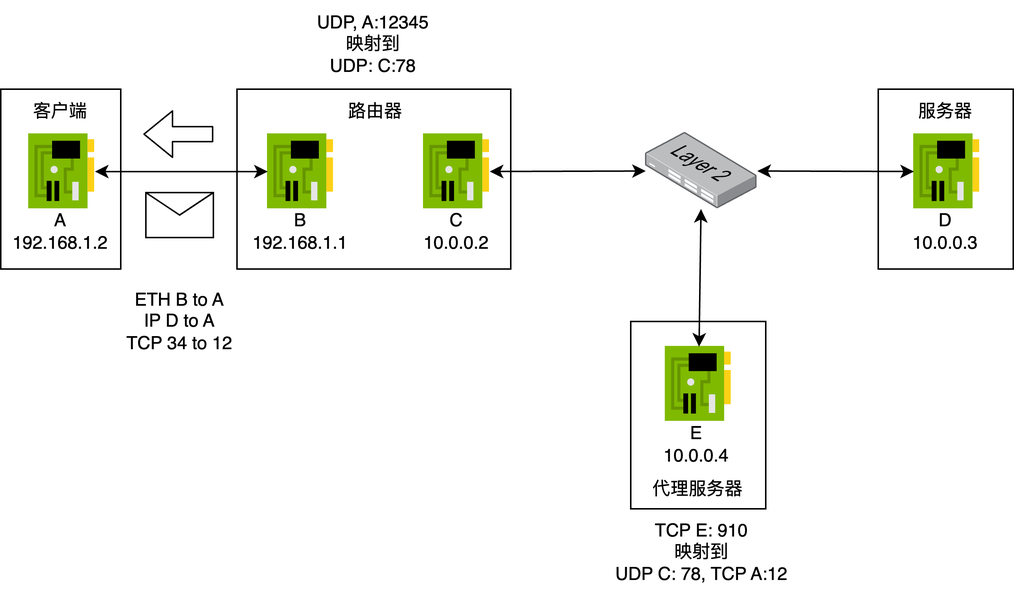
Above: example_step12.png in N2Sys-EDU/Lab3-Documentation (draw.io), before the change. Source tidied: cells renumbered, new cells last; positions are measured from the earlier drawing's top-left corner, leaving out a move shared by most shapes.
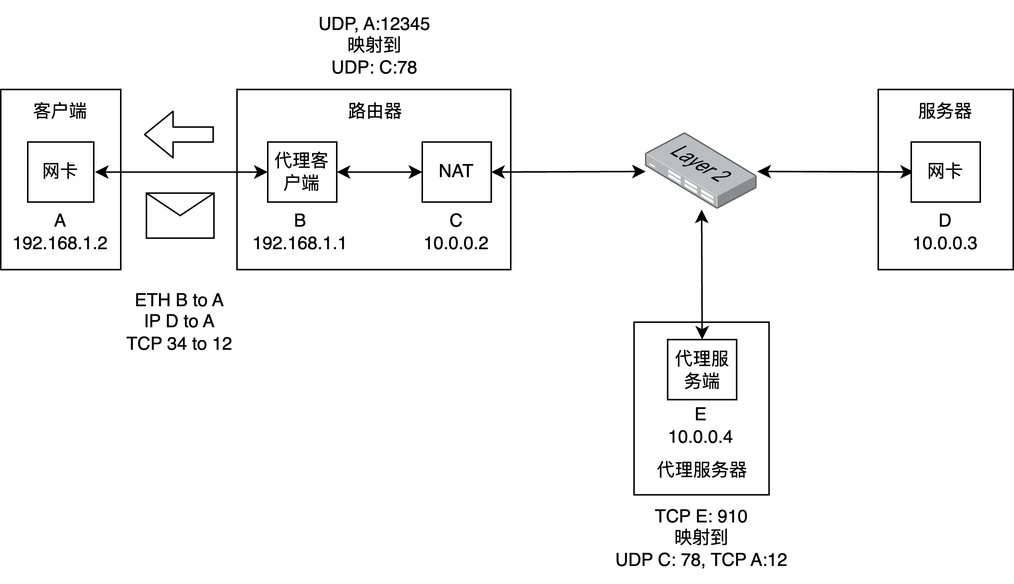
The same diagram one commit later.

What changed in the source:
```diff
@@ -3,44 +3,38 @@
     <mxCell id="0" />
     <mxCell id="1" parent="0" />
     <mxCell id="2" style="shape=message;html=1;html=1;labelPosition=center;verticalLabelPosition=bottom;align=center;verticalAlign=top;" parent="1" vertex="1">
-      <mxGeometry x="96.8" y="128" width="45" height="30" as="geometry" />
+      <mxGeometry x="97.1" y="128" width="45" height="30" as="geometry" />
     </mxCell>
     <mxCell id="3" style="shape=flexArrow;endArrow=classic;html=1;" parent="1" edge="1">
       <mxGeometry relative="1" as="geometry">
-        <mxPoint x="141.8" y="89" as="sourcePoint" />
-        <mxPoint x="95" y="89" as="targetPoint" />
+        <mxPoint x="142.1" y="89" as="sourcePoint" />
+        <mxPoint x="95.4" y="89" as="targetPoint" />
       </mxGeometry>
     </mxCell>
     <mxCell id="4" value="ETH B to A&lt;br&gt;IP D to A&lt;br&gt;TCP 34 to 12" style="text;html=1;strokeColor=none;fillColor=none;align=center;verticalAlign=middle;whiteSpace=wrap;rounded=0;" parent="1" vertex="1">
-      <mxGeometry x="73.6" y="189" width="91.2" height="50" as="geometry" />
+      <mxGeometry x="74" y="189" width="91.2" height="50" as="geometry" />
     </mxCell>
+    <mxCell id="6" value="TCP E: 910&lt;br&gt;映射到&lt;br&gt;UDP C: 78, TCP A:12" style="text;html=1;strokeColor=none;fillColor=none;align=center;verticalAlign=middle;whiteSpace=wrap;rounded=0;" parent="1" vertex="1">
+      <mxGeometry x="407" y="329" width="121.2" height="58.2" as="geometry" />
+    </mxCell>
     <mxCell id="5" value="UDP, A:12345&lt;br&gt;映射到&lt;br&gt;UDP: C:78" style="text;html=1;strokeColor=none;fillColor=none;align=center;verticalAlign=middle;whiteSpace=wrap;rounded=0;" parent="1" vertex="1">
-      <mxGeometry x="188.1" y="-0.1" width="121.2" height="59.1" as="geometry" />
+      <mxGeometry x="189.4" y="-0.1" width="121.2" height="59.1" as="geometry" />
     </mxCell>
-    <mxCell id="6" value="TCP E: 910&lt;br&gt;映射到&lt;br&gt;UDP C: 78, TCP A:12" style="text;html=1;strokeColor=none;fillColor=none;align=center;verticalAlign=middle;whiteSpace=wrap;rounded=0;" parent="1" vertex="1">
-      <mxGeometry x="406.6" y="339" width="121.2" height="58.2" as="geometry" />
-    </mxCell>
-    <mxCell id="7" style="rounded=0;whiteSpace=wrap;html=1;" parent="1" vertex="1">
-      <mxGeometry x="585" y="59" width="90" height="120" as="geometry" />
-    </mxCell>
-    <mxCell id="8" style="rounded=0;whiteSpace=wrap;html=1;" parent="1" vertex="1">
-      <mxGeometry x="420" y="214" width="90" height="125" as="geometry" />
-    </mxCell>
-    <mxCell id="9" style="rounded=0;whiteSpace=wrap;html=1;" parent="1" vertex="1">
-      <mxGeometry x="157.5" y="59" width="182.5" height="120" as="geometry" />
-    </mxCell>
-    <mxCell id="10" style="rounded=0;whiteSpace=wrap;html=1;" parent="1" vertex="1">
-      <mxGeometry y="59" width="80" height="120" as="geometry" />
-    </mxCell>
+    <mxCell id="30" style="rounded=0;whiteSpace=wrap;html=1;" parent="1" vertex="1">
+      <mxGeometry x="585" y="59" width="90" height="120" as="geometry" />
+    </mxCell>
+    <mxCell id="31" style="rounded=0;whiteSpace=wrap;html=1;" parent="1" vertex="1">
+      <mxGeometry x="422.2" y="214" width="90" height="115" as="geometry" />
+    </mxCell>
+    <mxCell id="32" style="rounded=0;whiteSpace=wrap;html=1;" parent="1" vertex="1">
+      <mxGeometry x="157.5" y="59" width="182.5" height="120" as="geometry" />
+    </mxCell>
+    <mxCell id="33" style="rounded=0;whiteSpace=wrap;html=1;" parent="1" vertex="1">
+      <mxGeometry y="59" width="80" height="120" as="geometry" />
+    </mxCell>
     <mxCell id="11" value="客户端" style="text;html=1;strokeColor=none;fillColor=none;align=center;verticalAlign=middle;whiteSpace=wrap;rounded=0;" parent="1" vertex="1">
       <mxGeometry y="59" width="80" height="30" as="geometry" />
     </mxCell>
-    <mxCell id="12" style="sketch=0;html=1;points=[];align=center;image;fontSize=12;image=img/lib/mscae/NetworkInterfaceCard.svg;" parent="1" vertex="1">
-      <mxGeometry x="178" y="89" width="44" height="50" as="geometry" />
-    </mxCell>
-    <mxCell id="13" style="sketch=0;html=1;points=[];align=center;image;fontSize=12;image=img/lib/mscae/NetworkInterfaceCard.svg;" parent="1" vertex="1">
-      <mxGeometry x="18.8" y="89" width="44" height="50" as="geometry" />
-    </mxCell>
     <mxCell id="14" value="A&lt;br&gt;192.168.1.2" style="text;html=1;strokeColor=none;fillColor=none;align=center;verticalAlign=middle;whiteSpace=wrap;rounded=0;" parent="1" vertex="1">
       <mxGeometry y="139" width="80" height="30" as="geometry" />
     </mxCell>
@@ -50,44 +44,61 @@
     <mxCell id="16" value="B&lt;br&gt;192.168.1.1" style="text;html=1;strokeColor=none;fillColor=none;align=center;verticalAlign=middle;whiteSpace=wrap;rounded=0;" parent="1" vertex="1">
       <mxGeometry x="160" y="139" width="80" height="30" as="geometry" />
     </mxCell>
-    <mxCell id="17" style="endArrow=classic;startArrow=classic;html=1;" parent="1" edge="1" source="13" target="12">
-      <mxGeometry relative="1" as="geometry" />
-    </mxCell>
-    <mxCell id="18" style="sketch=0;html=1;points=[];align=center;image;fontSize=12;image=img/lib/mscae/NetworkInterfaceCard.svg;" parent="1" vertex="1">
-      <mxGeometry x="282" y="89" width="44" height="50" as="geometry" />
-    </mxCell>
+    <mxCell id="34" style="endArrow=classic;startArrow=classic;html=1;" parent="1" edge="1">
+      <mxGeometry relative="1" as="geometry">
+        <mxPoint x="62.8" y="114" as="sourcePoint" />
+        <mxPoint x="178" y="114" as="targetPoint" />
+      </mxGeometry>
+    </mxCell>
     <mxCell id="19" value="C&lt;br&gt;10.0.0.2" style="text;html=1;strokeColor=none;fillColor=none;align=center;verticalAlign=middle;whiteSpace=wrap;rounded=0;" parent="1" vertex="1">
       <mxGeometry x="264" y="139" width="80" height="30" as="geometry" />
     </mxCell>
     <mxCell id="20" value="服务器" style="text;html=1;strokeColor=none;fillColor=none;align=center;verticalAlign=middle;whiteSpace=wrap;rounded=0;" parent="1" vertex="1">
       <mxGeometry x="590" y="59" width="80" height="30" as="geometry" />
     </mxCell>
-    <mxCell id="21" style="sketch=0;html=1;points=[];align=center;image;fontSize=12;image=img/lib/mscae/NetworkInterfaceCard.svg;" parent="1" vertex="1">
-      <mxGeometry x="608.8" y="89" width="44" height="50" as="geometry" />
-    </mxCell>
     <mxCell id="22" value="D&lt;br&gt;10.0.0.3" style="text;html=1;strokeColor=none;fillColor=none;align=center;verticalAlign=middle;whiteSpace=wrap;rounded=0;" parent="1" vertex="1">
       <mxGeometry x="590" y="139" width="80" height="30" as="geometry" />
     </mxCell>
-    <mxCell id="23" style="endArrow=classic;startArrow=classic;html=1;" parent="1" edge="1" source="18" target="24">
-      <mxGeometry relative="1" as="geometry" />
-    </mxCell>
-    <mxCell id="24" style="points=[];html=1;align=center;shadow=0;dashed=0;image;image=img/lib/allied_telesis/switch/Switch_24_port_L2.svg;" parent="1" vertex="1">
-      <mxGeometry x="430" y="88" width="74.4" height="51" as="geometry" />
-    </mxCell>
-    <mxCell id="25" style="endArrow=classic;startArrow=classic;html=1;" parent="1" edge="1" source="24" target="21">
-      <mxGeometry relative="1" as="geometry" />
-    </mxCell>
+    <mxCell id="35" style="endArrow=classic;startArrow=classic;html=1;exitX=1;exitY=0.5;exitDx=0;exitDy=0;" parent="1" edge="1" source="42" target="36">
+      <mxGeometry relative="1" as="geometry" />
+    </mxCell>
+    <mxCell id="36" style="points=[];html=1;align=center;shadow=0;dashed=0;image;image=img/lib/allied_telesis/switch/Switch_24_port_L2.svg;" parent="1" vertex="1">
+      <mxGeometry x="430" y="88" width="74.4" height="51" as="geometry" />
+    </mxCell>
+    <mxCell id="37" style="endArrow=classic;startArrow=classic;html=1;" parent="1" edge="1" source="36">
+      <mxGeometry relative="1" as="geometry">
+        <mxPoint x="608.8" y="113.9" as="targetPoint" />
+      </mxGeometry>
+    </mxCell>
     <mxCell id="26" value="代理服务器" style="text;html=1;strokeColor=none;fillColor=none;align=center;verticalAlign=middle;whiteSpace=wrap;rounded=0;" parent="1" vertex="1">
-      <mxGeometry x="425.2" y="310.8" width="80" height="30" as="geometry" />
+      <mxGeometry x="427.6" y="297.4" width="80" height="30" as="geometry" />
     </mxCell>
-    <mxCell id="27" style="sketch=0;html=1;points=[];align=center;image;fontSize=12;image=img/lib/mscae/NetworkInterfaceCard.svg;" parent="1" vertex="1">
-      <mxGeometry x="443.2" y="230.8" width="44" height="50" as="geometry" />
-    </mxCell>
     <mxCell id="28" value="E&lt;br&gt;10.0.0.4" style="text;html=1;strokeColor=none;fillColor=none;align=center;verticalAlign=middle;whiteSpace=wrap;rounded=0;" parent="1" vertex="1">
-      <mxGeometry x="424.4" y="280.8" width="80" height="30" as="geometry" />
+      <mxGeometry x="426.8" y="267.4" width="80" height="30" as="geometry" />
     </mxCell>
-    <mxCell id="29" style="endArrow=classic;startArrow=classic;html=1;" parent="1" edge="1" source="24" target="27">
-      <mxGeometry relative="1" as="geometry" />
-    </mxCell>
+    <mxCell id="38" style="endArrow=classic;startArrow=classic;html=1;entryX=0.5;entryY=0;entryDx=0;entryDy=0;" parent="1" edge="1" source="36" target="45">
+      <mxGeometry relative="1" as="geometry" />
+    </mxCell>
+    <mxCell id="39" value="网卡" style="rounded=0;whiteSpace=wrap;html=1;" parent="1" vertex="1">
+      <mxGeometry x="18" y="94" width="44" height="40" as="geometry" />
+    </mxCell>
+    <mxCell id="40" style="edgeStyle=none;html=1;exitX=1;exitY=0.5;exitDx=0;exitDy=0;entryX=0;entryY=0.5;entryDx=0;entryDy=0;startArrow=classic;startFill=1;" parent="1" edge="1" source="41" target="42">
+      <mxGeometry relative="1" as="geometry" />
+    </mxCell>
+    <mxCell id="41" value="代理客户端" style="rounded=0;whiteSpace=wrap;html=1;" parent="1" vertex="1">
+      <mxGeometry x="178" y="94" width="46" height="40" as="geometry" />
+    </mxCell>
+    <mxCell id="42" value="NAT" style="rounded=0;whiteSpace=wrap;html=1;" parent="1" vertex="1">
+      <mxGeometry x="281" y="94" width="46" height="40" as="geometry" />
+    </mxCell>
+    <mxCell id="43" style="edgeStyle=none;html=1;exitX=0;exitY=0.5;exitDx=0;exitDy=0;" parent="1" edge="1" source="44" target="36">
+      <mxGeometry relative="1" as="geometry" />
+    </mxCell>
+    <mxCell id="44" value="网卡" style="rounded=0;whiteSpace=wrap;html=1;" parent="1" vertex="1">
+      <mxGeometry x="607" y="94" width="46" height="40" as="geometry" />
+    </mxCell>
+    <mxCell id="45" value="代理服务端" style="rounded=0;whiteSpace=wrap;html=1;" parent="1" vertex="1">
+      <mxGeometry x="444.6" y="225.6" width="46" height="40" as="geometry" />
+    </mxCell>
   </root>
 </mxGraphModel>
```
